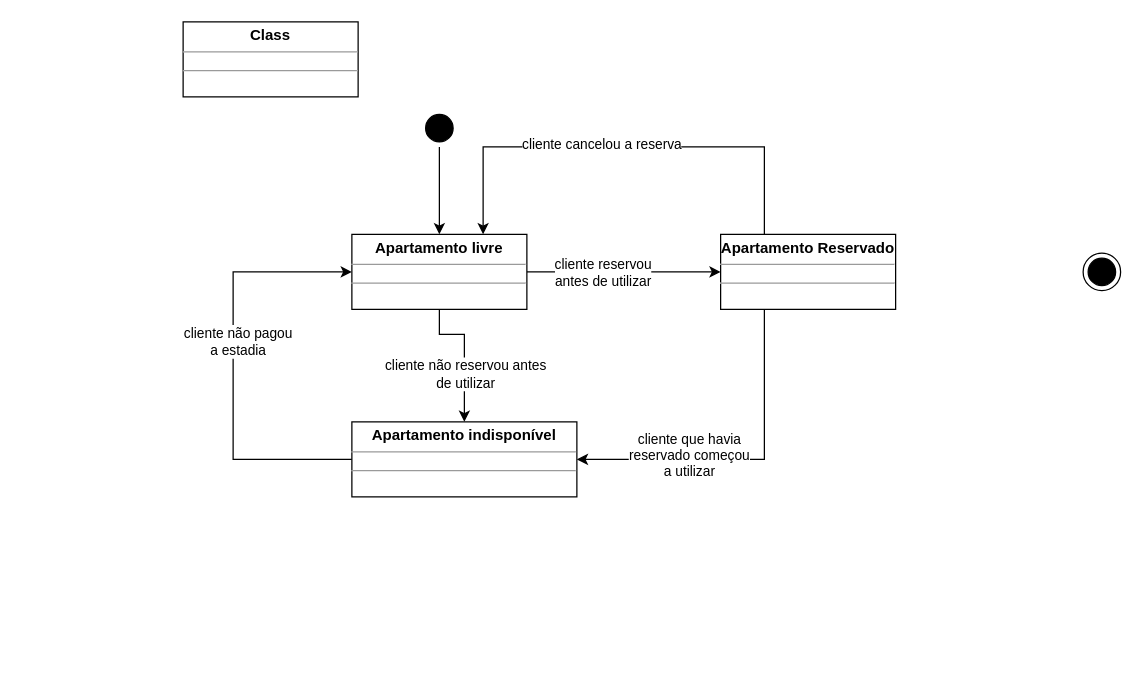
Earlier version of the draw.io diagram Exercício 06 - Diagrama de Estado.drawio (bruniculos08/AMS0001). Source tidied: cells renumbered, new cells numbered last; positions are measured from the earlier drawing's top-left corner, leaving out a move shared by most shapes. Both pictures are drawn from the tidied source at 125%, with x=0, y=0 at pixel (182, 21).
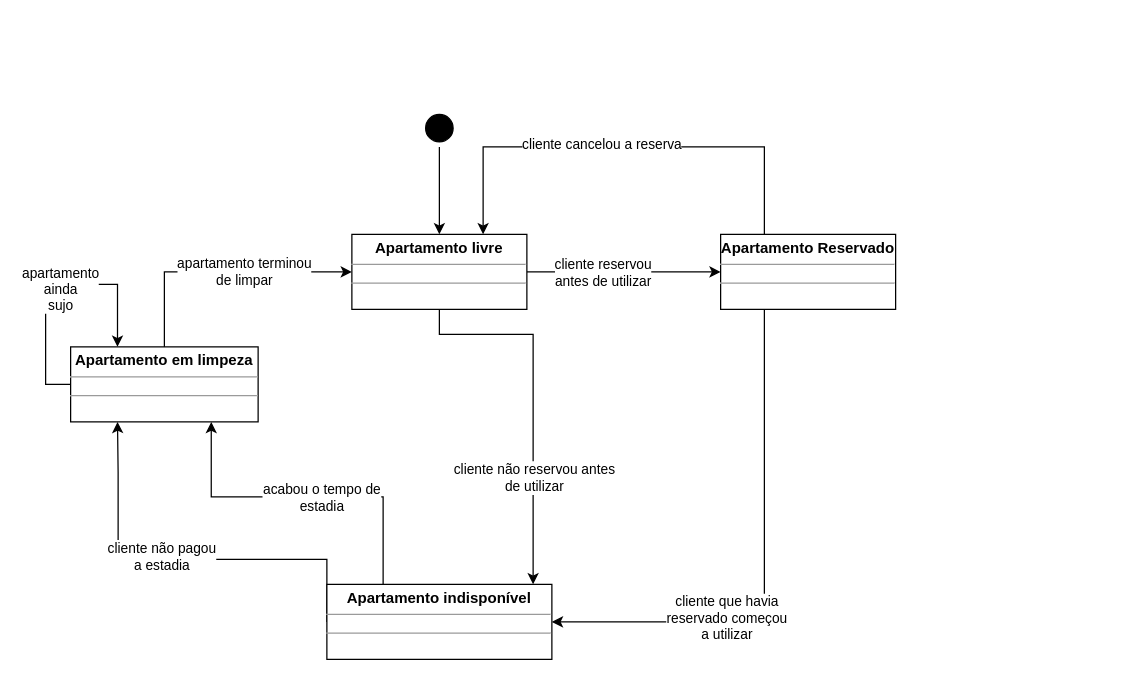
The same page after the edit.

Unchanged cells that the change refers to:
```xml
<mxCell id="10" value="&lt;p style=&quot;margin: 0px ; margin-top: 4px ; text-align: center&quot;&gt;&lt;b&gt;Apartamento livre&lt;/b&gt;&lt;/p&gt;&lt;hr size=&quot;1&quot;&gt;&lt;div style=&quot;height: 2px&quot;&gt;&lt;/div&gt;&lt;hr size=&quot;1&quot;&gt;&lt;div style=&quot;height: 2px&quot;&gt;&lt;/div&gt;" style="verticalAlign=top;align=left;overflow=fill;fontSize=12;fontFamily=Helvetica;html=1;strokeColor=#000000;" parent="1" vertex="1">
  <mxGeometry x="135" y="170" width="140" height="60" as="geometry" />
</mxCell>
```

The edit, as a diff of the source:
```diff
@@
-    <mxCell id="4" style="ellipse;html=1;shape=endState;fillColor=#000000;strokeColor=#000000;" parent="1" vertex="1">
-      <mxGeometry x="720" y="185" width="30" height="30" as="geometry" />
-    </mxCell>
-    <mxCell id="5" value="&lt;p style=&quot;margin:0px;margin-top:4px;text-align:center;&quot;&gt;&lt;b&gt;Class&lt;/b&gt;&lt;/p&gt;&lt;hr size=&quot;1&quot;/&gt;&lt;div style=&quot;height:2px;&quot;&gt;&lt;/div&gt;&lt;hr size=&quot;1&quot;/&gt;&lt;div style=&quot;height:2px;&quot;&gt;&lt;/div&gt;" style="verticalAlign=top;align=left;overflow=fill;fontSize=12;fontFamily=Helvetica;html=1;strokeColor=#000000;" parent="1" vertex="1">
-      <mxGeometry width="140" height="60" as="geometry" />
-    </mxCell>
@@
     <mxCell id="8" style="edgeStyle=orthogonalEdgeStyle;rounded=0;jettySize=auto;html=1;exitX=0.5;exitY=1;exitDx=0;exitDy=0;strokeColor=#000000;" parent="1" edge="1" source="10" target="18">
       <mxGeometry relative="1" as="geometry">
         <Array as="points">
           <mxPoint x="205" y="250" />
-          <mxPoint x="225" y="250" />
+          <mxPoint x="280" y="250" />
         </Array>
       </mxGeometry>
     </mxCell>
     <mxCell id="9" value="cliente não reservou antes&lt;br&gt;de utilizar" style="edgeLabel;html=1;align=center;verticalAlign=middle;" parent="8" vertex="1">
-      <mxGeometry x="0.29" relative="1" as="geometry" />
+      <mxGeometry x="0.29" relative="1" as="geometry">
+        <mxPoint y="19" as="offset" />
+      </mxGeometry>
     </mxCell>
@@
-    <mxCell id="16" style="edgeStyle=orthogonalEdgeStyle;rounded=0;jettySize=auto;html=1;exitX=0;exitY=0.5;exitDx=0;exitDy=0;entryX=0;entryY=0.5;entryDx=0;entryDy=0;strokeColor=#000000;" parent="1" edge="1" source="18" target="10">
+    <mxCell id="16" style="edgeStyle=orthogonalEdgeStyle;rounded=0;jettySize=auto;html=1;exitX=0;exitY=0.5;exitDx=0;exitDy=0;strokeColor=#000000;entryX=0.25;entryY=1;entryDx=0;entryDy=0;" parent="1" edge="1" source="18" target="23">
       <mxGeometry relative="1" as="geometry">
         <Array as="points">
-          <mxPoint x="40" y="350" />
-          <mxPoint x="40" y="200" />
+          <mxPoint x="115" y="430" />
+          <mxPoint x="-52" y="430" />
+          <mxPoint x="-52" y="360" />
         </Array>
       </mxGeometry>
     </mxCell>
@@
+    <mxCell id="19" style="edgeStyle=orthogonalEdgeStyle;rounded=0;jettySize=auto;html=1;exitX=0.25;exitY=0;exitDx=0;exitDy=0;entryX=0.75;entryY=1;entryDx=0;entryDy=0;strokeColor=#000000;" parent="1" edge="1" source="18" target="23">
+      <mxGeometry relative="1" as="geometry">
+        <Array as="points">
+          <mxPoint x="160" y="380" />
+          <mxPoint x="23" y="380" />
+        </Array>
+      </mxGeometry>
+    </mxCell>
+    <mxCell id="20" value="acabou o tempo de&lt;br&gt;estadia" style="edgeLabel;html=1;align=center;verticalAlign=middle;" parent="19" vertex="1">
+      <mxGeometry x="-0.13" y="1" relative="1" as="geometry">
+        <mxPoint x="-4" y="-1" as="offset" />
+      </mxGeometry>
+    </mxCell>
     <mxCell id="18" value="&lt;p style=&quot;margin: 0px ; margin-top: 4px ; text-align: center&quot;&gt;&lt;b&gt;Apartamento indisponível&lt;/b&gt;&lt;/p&gt;&lt;hr size=&quot;1&quot;&gt;&lt;div style=&quot;height: 2px&quot;&gt;&lt;/div&gt;&lt;hr size=&quot;1&quot;&gt;&lt;div style=&quot;height: 2px&quot;&gt;&lt;/div&gt;" style="verticalAlign=top;align=left;overflow=fill;fontSize=12;fontFamily=Helvetica;html=1;strokeColor=#000000;" parent="1" vertex="1">
-      <mxGeometry x="135" y="320" width="180" height="60" as="geometry" />
+      <mxGeometry x="115" y="450" width="180" height="60" as="geometry" />
     </mxCell>
+    <mxCell id="21" style="edgeStyle=orthogonalEdgeStyle;rounded=0;jettySize=auto;html=1;exitX=0.5;exitY=0;exitDx=0;exitDy=0;entryX=0;entryY=0.5;entryDx=0;entryDy=0;strokeColor=#000000;" parent="1" edge="1" source="23" target="10">
+      <mxGeometry relative="1" as="geometry" />
+    </mxCell>
+    <mxCell id="22" value="apartamento terminou&lt;br&gt;de limpar" style="edgeLabel;html=1;align=center;verticalAlign=middle;" parent="21" vertex="1">
+      <mxGeometry x="0.17" y="1" relative="1" as="geometry" />
+    </mxCell>
+    <mxCell id="23" value="&lt;p style=&quot;margin: 0px ; margin-top: 4px ; text-align: center&quot;&gt;&lt;b&gt;Apartamento em limpeza&lt;/b&gt;&lt;/p&gt;&lt;hr size=&quot;1&quot;&gt;&lt;div style=&quot;height: 2px&quot;&gt;&lt;/div&gt;&lt;hr size=&quot;1&quot;&gt;&lt;div style=&quot;height: 2px&quot;&gt;&lt;/div&gt;" style="verticalAlign=top;align=left;overflow=fill;fontSize=12;fontFamily=Helvetica;html=1;strokeColor=#000000;" parent="1" vertex="1">
+      <mxGeometry x="-90" y="260" width="150" height="60" as="geometry" />
+    </mxCell>
+    <mxCell id="24" style="edgeStyle=orthogonalEdgeStyle;rounded=0;orthogonalLoop=1;jettySize=auto;html=1;exitX=0;exitY=0.5;exitDx=0;exitDy=0;strokeColor=#000000;entryX=0.25;entryY=0;entryDx=0;entryDy=0;" parent="1" edge="1" source="23" target="23">
+      <mxGeometry relative="1" as="geometry">
+        <Array as="points">
+          <mxPoint x="-110" y="290" />
+          <mxPoint x="-110" y="210" />
+          <mxPoint x="-52" y="210" />
+        </Array>
+      </mxGeometry>
+    </mxCell>
+    <mxCell id="25" value="apartamento &lt;br&gt;ainda&lt;br&gt;sujo" style="edgeLabel;html=1;align=center;verticalAlign=middle;" parent="24" vertex="1">
+      <mxGeometry x="0.07" y="-3" relative="1" as="geometry" />
+    </mxCell>
```
